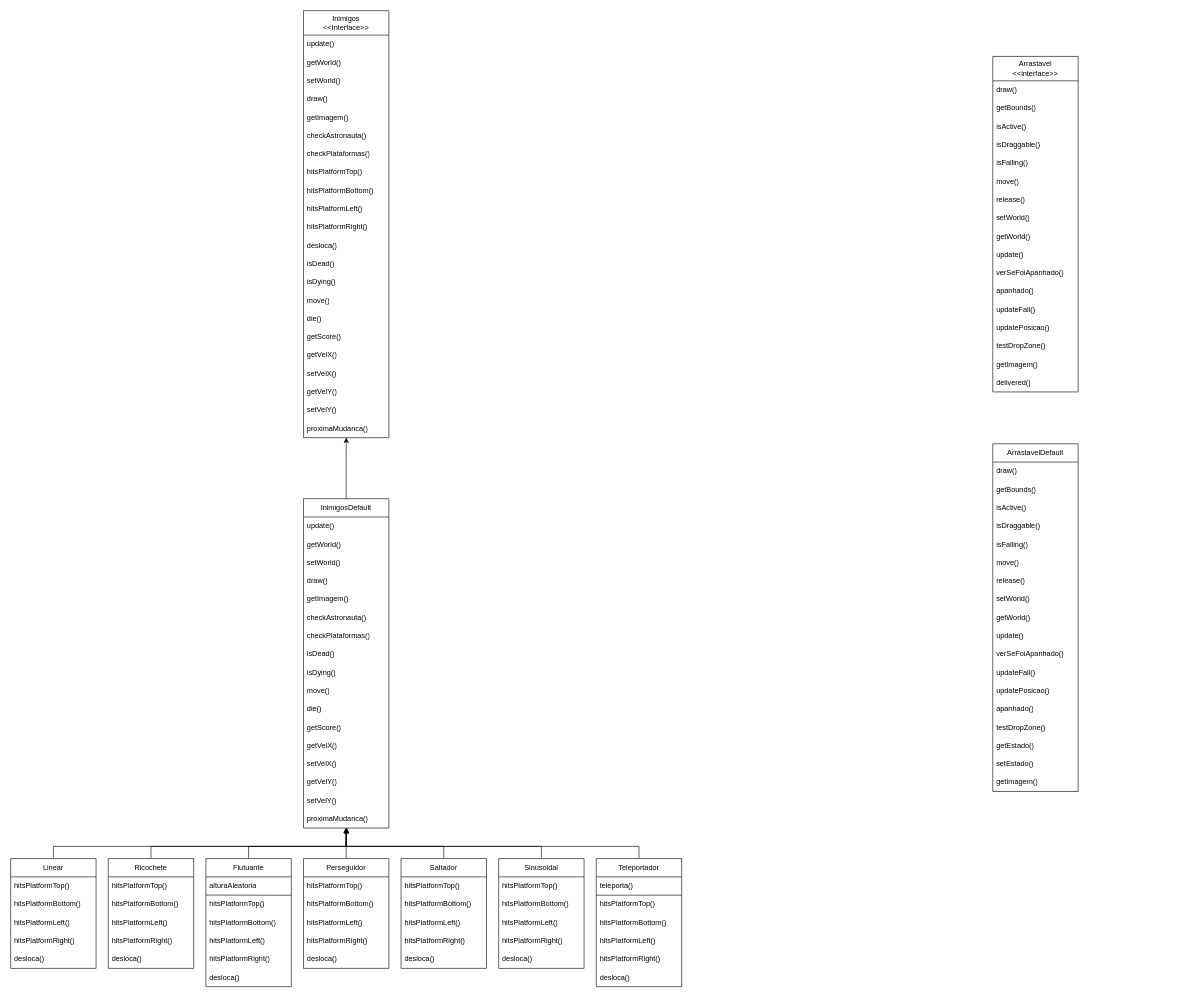
DilanPereira/Programacao keeps this draw.io diagram as Untitled Diagram.drawio. Above is the earlier version. Source tidied: cells renumbered, new cells numbered last; positions are measured from the earlier drawing's top-left corner, leaving out a move shared by most shapes. Both pictures are drawn from the tidied source at 61%, with x=0, y=0 at pixel (10, 10).
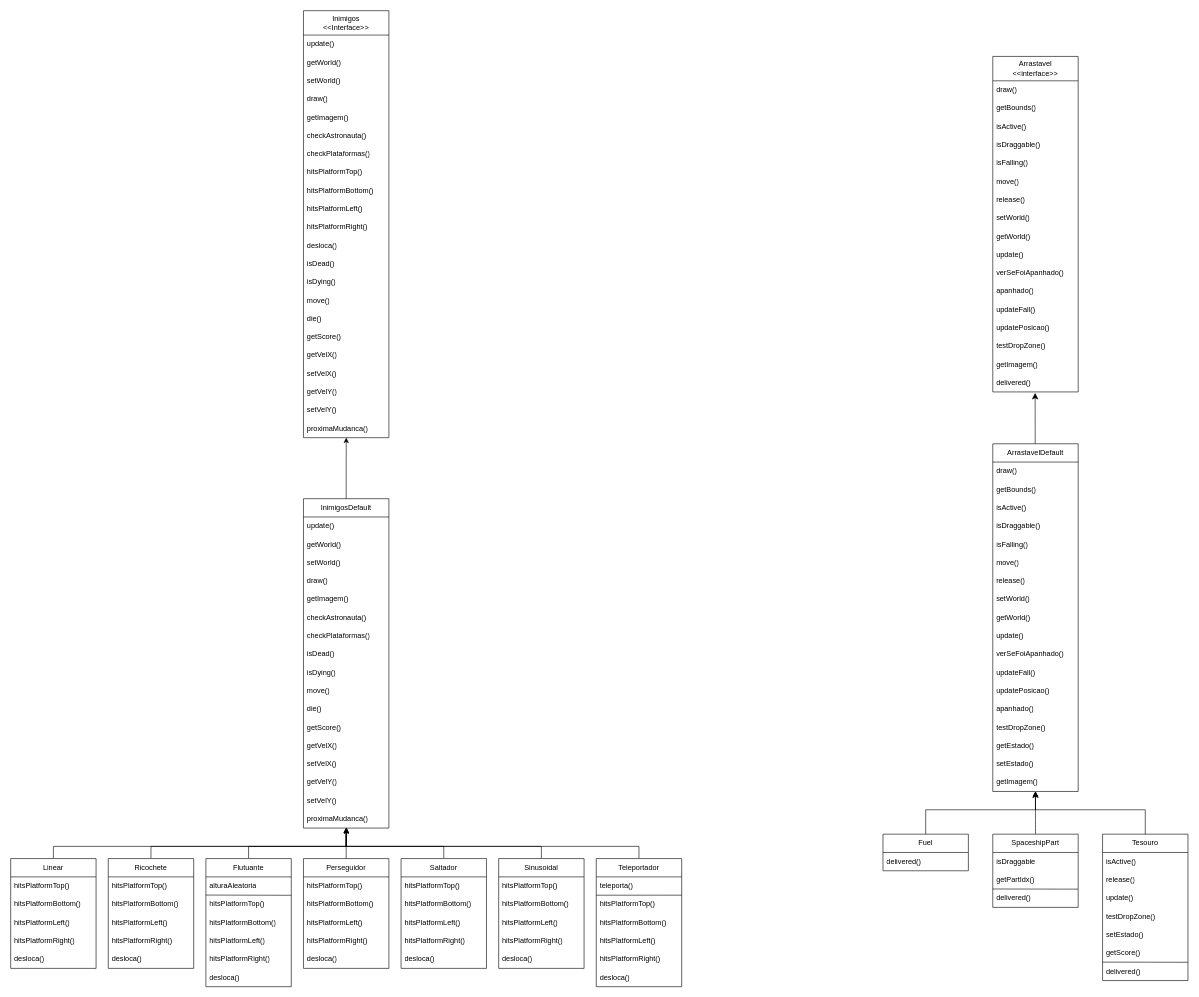
The same page after the edit.

The change refers to these unchanged cells:
```xml
<mxCell id="114" value="delivered()" style="text;strokeColor=none;fillColor=none;align=left;verticalAlign=middle;spacingLeft=4;spacingRight=4;overflow=hidden;points=[[0,0.5],[1,0.5]];portConstraint=eastwest;whiteSpace=wrap;html=1;" parent="97" vertex="1">
  <mxGeometry y="520" width="140" height="30" as="geometry" />
</mxCell>
<mxCell id="115" value="ArrastavelDefault" style="swimlane;fontStyle=0;horizontal=1;startSize=30;whiteSpace=wrap;html=1;" parent="1" vertex="1">
  <mxGeometry x="1610" y="710" width="140" height="570" as="geometry" />
</mxCell>
<mxCell id="133" value="getImagem()" style="text;strokeColor=none;fillColor=none;align=left;verticalAlign=middle;spacingLeft=4;spacingRight=4;overflow=hidden;points=[[0,0.5],[1,0.5]];portConstraint=eastwest;whiteSpace=wrap;html=1;" parent="115" vertex="1">
  <mxGeometry y="540" width="140" height="30" as="geometry" />
</mxCell>
```

The edit, as a diff of the source:
```diff
@@
+    <mxCell id="134" style="edgeStyle=none;curved=1;rounded=0;jettySize=auto;html=1;fontSize=12;startSize=8;endSize=8;" parent="1" edge="1" source="135" target="133">
+      <mxGeometry relative="1" as="geometry" />
+    </mxCell>
+    <mxCell id="135" value="SpaceshipPart" style="swimlane;fontStyle=0;horizontal=1;startSize=30;whiteSpace=wrap;html=1;" parent="1" vertex="1">
+      <mxGeometry x="1610" y="1350" width="140" height="120" as="geometry" />
+    </mxCell>
+    <mxCell id="136" value="isDraggable" style="text;strokeColor=none;fillColor=none;align=left;verticalAlign=middle;spacingLeft=4;spacingRight=4;overflow=hidden;whiteSpace=wrap;html=1;" parent="135" vertex="1">
+      <mxGeometry y="30" width="140" height="30" as="geometry" />
+    </mxCell>
+    <mxCell id="137" value="getPartIdx()" style="text;strokeColor=none;fillColor=none;align=left;verticalAlign=middle;spacingLeft=4;spacingRight=4;overflow=hidden;whiteSpace=wrap;html=1;" parent="135" vertex="1">
+      <mxGeometry y="60" width="140" height="30" as="geometry" />
+    </mxCell>
+    <mxCell id="138" value="delivered()" style="text;strokeColor=none;fillColor=none;align=left;verticalAlign=middle;spacingLeft=4;spacingRight=4;overflow=hidden;points=[[0,0.5],[1,0.5]];portConstraint=eastwest;whiteSpace=wrap;html=1;" parent="135" vertex="1">
+      <mxGeometry y="90" width="140" height="30" as="geometry" />
+    </mxCell>
+    <mxCell id="139" style="endArrow=none;html=1;rounded=0;fontSize=12;startSize=8;endSize=8;curved=1;exitX=0;exitY=-0.005;exitDx=0;exitDy=0;exitPerimeter=0;entryX=0.998;entryY=0.004;entryDx=0;entryDy=0;entryPerimeter=0;" parent="135" edge="1" source="138" target="138">
+      <mxGeometry relative="1" as="geometry" />
+    </mxCell>
+    <mxCell id="140" value="Fuel" style="swimlane;fontStyle=0;horizontal=1;startSize=30;whiteSpace=wrap;html=1;direction=east;" parent="1" vertex="1">
+      <mxGeometry x="1430" y="1350" width="140" height="60" as="geometry" />
+    </mxCell>
+    <mxCell id="141" value="delivered()" style="text;strokeColor=none;fillColor=none;align=left;verticalAlign=middle;spacingLeft=4;spacingRight=4;overflow=hidden;whiteSpace=wrap;html=1;" parent="140" vertex="1">
+      <mxGeometry y="30" width="140" height="30" as="geometry" />
+    </mxCell>
+    <mxCell id="142" value="Tesouro" style="swimlane;fontStyle=0;horizontal=1;startSize=30;whiteSpace=wrap;html=1;" parent="1" vertex="1">
+      <mxGeometry x="1790" y="1350" width="140" height="240" as="geometry" />
+    </mxCell>
+    <mxCell id="143" value="isActive()" style="text;strokeColor=none;fillColor=none;align=left;verticalAlign=middle;spacingLeft=4;spacingRight=4;overflow=hidden;whiteSpace=wrap;html=1;" parent="142" vertex="1">
+      <mxGeometry y="30" width="140" height="30" as="geometry" />
+    </mxCell>
+    <mxCell id="144" value="release()" style="text;strokeColor=none;fillColor=none;align=left;verticalAlign=middle;spacingLeft=4;spacingRight=4;overflow=hidden;whiteSpace=wrap;html=1;" parent="142" vertex="1">
+      <mxGeometry y="60" width="140" height="30" as="geometry" />
+    </mxCell>
+    <mxCell id="145" value="update()" style="text;strokeColor=none;fillColor=none;align=left;verticalAlign=middle;spacingLeft=4;spacingRight=4;overflow=hidden;whiteSpace=wrap;html=1;" parent="142" vertex="1">
+      <mxGeometry y="90" width="140" height="30" as="geometry" />
+    </mxCell>
+    <mxCell id="146" value="testDropZone()" style="text;strokeColor=none;fillColor=none;align=left;verticalAlign=middle;spacingLeft=4;spacingRight=4;overflow=hidden;whiteSpace=wrap;html=1;" parent="142" vertex="1">
+      <mxGeometry y="120" width="140" height="30" as="geometry" />
+    </mxCell>
+    <mxCell id="147" value="setEstado()" style="text;strokeColor=none;fillColor=none;align=left;verticalAlign=middle;spacingLeft=4;spacingRight=4;overflow=hidden;whiteSpace=wrap;html=1;" parent="142" vertex="1">
+      <mxGeometry y="150" width="140" height="30" as="geometry" />
+    </mxCell>
+    <mxCell id="148" value="getScore()" style="text;strokeColor=none;fillColor=none;align=left;verticalAlign=middle;spacingLeft=4;spacingRight=4;overflow=hidden;whiteSpace=wrap;html=1;" parent="142" vertex="1">
+      <mxGeometry y="180" width="140" height="30" as="geometry" />
+    </mxCell>
+    <mxCell id="149" value="delivered()" style="text;strokeColor=none;fillColor=none;align=left;verticalAlign=middle;spacingLeft=4;spacingRight=4;overflow=hidden;points=[[0,0.5],[1,0.5]];portConstraint=eastwest;whiteSpace=wrap;html=1;" parent="142" vertex="1">
+      <mxGeometry y="210" width="140" height="30" as="geometry" />
+    </mxCell>
+    <mxCell id="150" style="endArrow=none;html=1;rounded=0;fontSize=12;startSize=8;endSize=8;curved=1;exitX=0.001;exitY=-0.009;exitDx=0;exitDy=0;exitPerimeter=0;" parent="1" edge="1" source="149">
+      <mxGeometry relative="1" as="geometry">
+        <mxPoint x="1930" y="1560" as="targetPoint" />
+      </mxGeometry>
+    </mxCell>
+    <mxCell id="151" style="edgeStyle=none;curved=1;rounded=0;jettySize=auto;html=1;entryX=0.496;entryY=1.055;entryDx=0;entryDy=0;entryPerimeter=0;fontSize=12;startSize=8;endSize=8;" parent="1" edge="1" source="115" target="114">
+      <mxGeometry relative="1" as="geometry" />
+    </mxCell>
+    <mxCell id="152" style="edgeStyle=orthogonalEdgeStyle;rounded=0;jettySize=auto;html=1;" parent="1" edge="1" source="140">
+      <mxGeometry relative="1" as="geometry">
+        <mxPoint x="1680" y="1280" as="targetPoint" />
+        <Array as="points">
+          <mxPoint x="1500" y="1310" />
+          <mxPoint x="1680" y="1310" />
+          <mxPoint x="1680" y="1282" />
+          <mxPoint x="1680" y="1282" />
+        </Array>
+      </mxGeometry>
+    </mxCell>
+    <mxCell id="153" style="edgeStyle=orthogonalEdgeStyle;rounded=0;jettySize=auto;html=1;" parent="1" edge="1" source="142">
+      <mxGeometry relative="1" as="geometry">
+        <mxPoint x="1680" y="1280" as="targetPoint" />
+        <Array as="points">
+          <mxPoint x="1860" y="1310" />
+          <mxPoint x="1680" y="1310" />
+        </Array>
+      </mxGeometry>
+    </mxCell>
```
